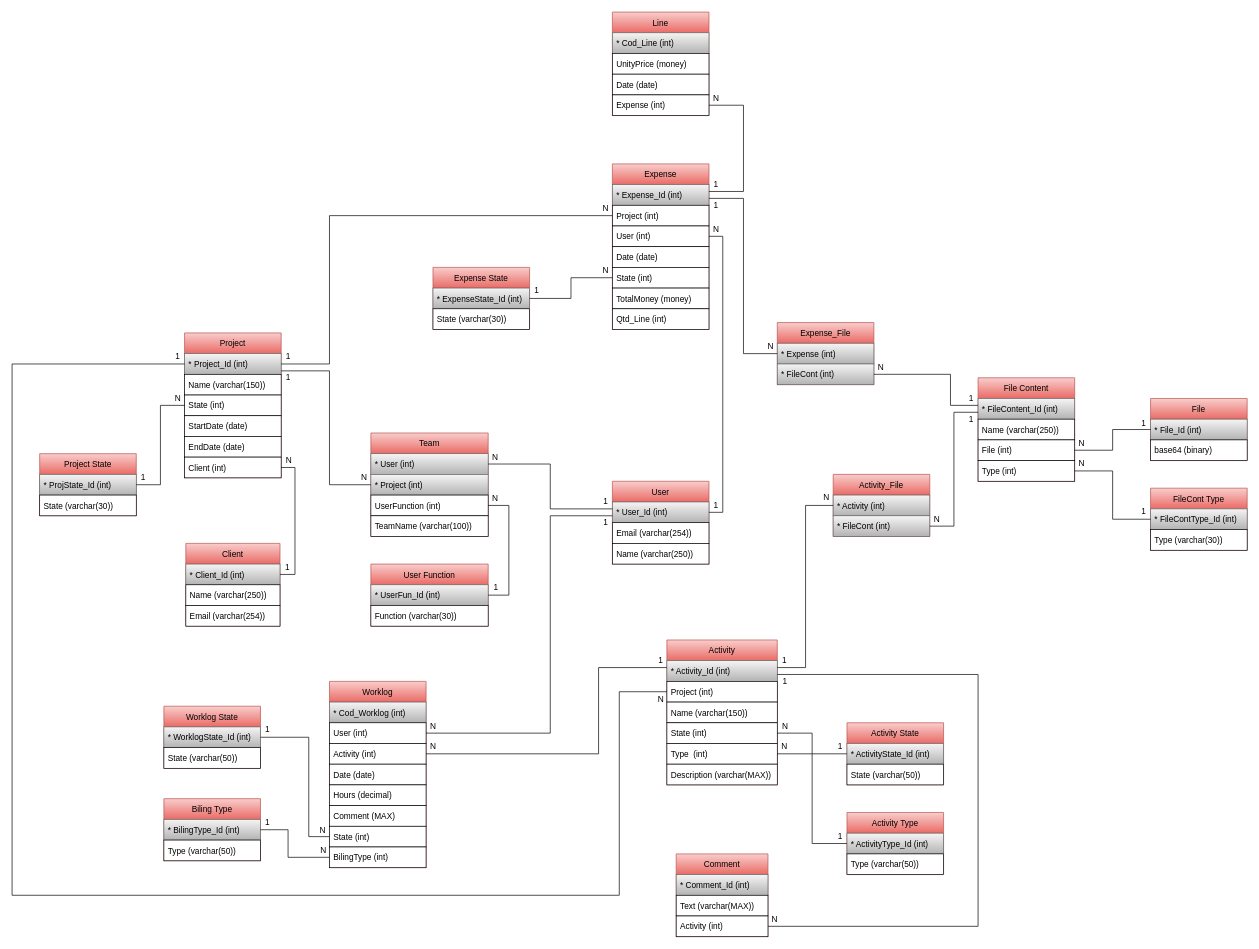
Above: Relatório/Timesheet DB.drawio in rjcasaca/inete2022 (draw.io), before the change. Source tidied: cells renumbered, new cells numbered last; positions are measured from the earlier drawing's top-left corner, leaving out a move shared by most shapes. Both pictures are drawn from the tidied source at 69%, with x=0, y=0 at pixel (12, 12).
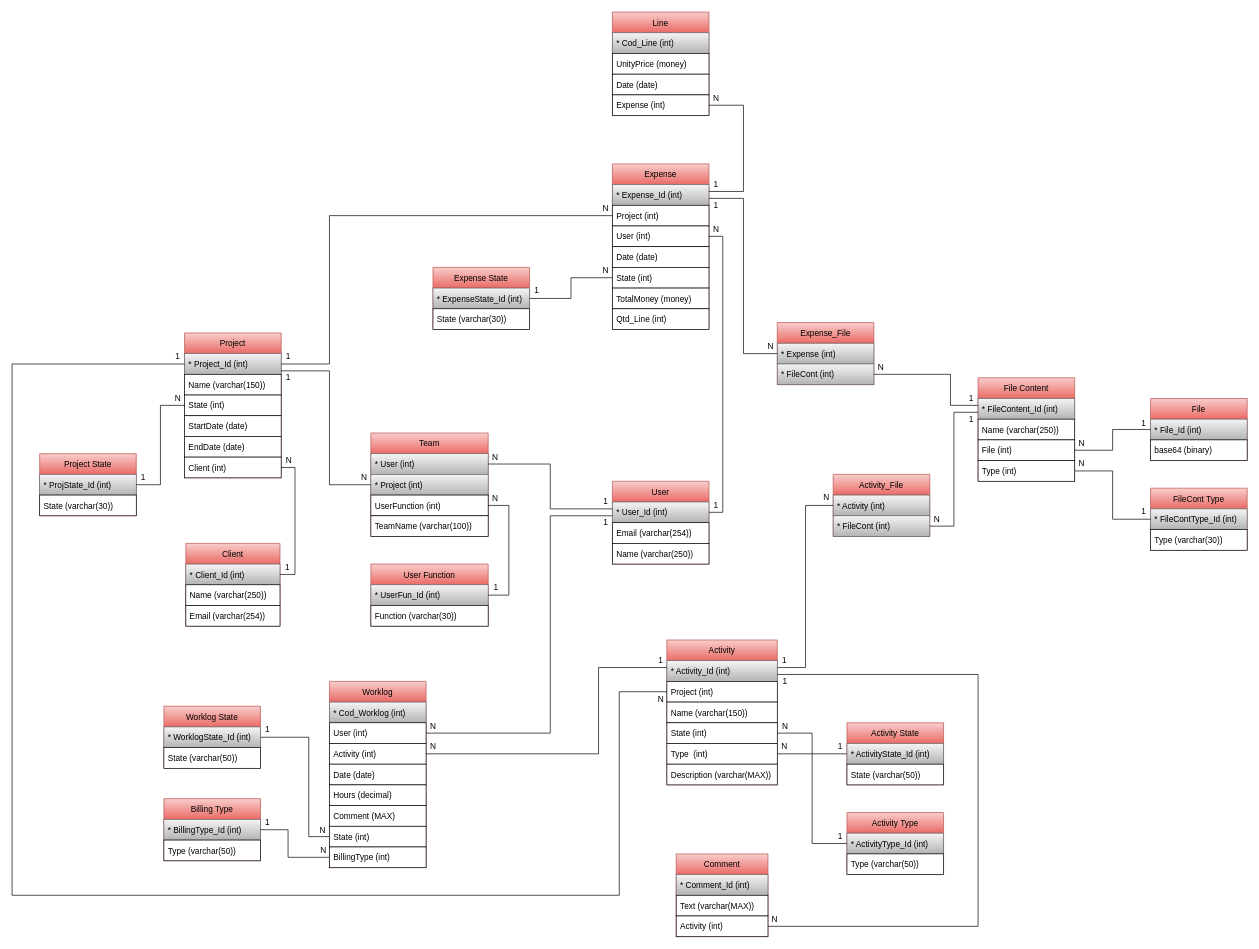
Above is the later version.

The change refers to these unchanged cells:
```xml
<mxCell id="68" value="Worklog" style="swimlane;fontStyle=0;horizontal=1;startSize=30;fillColor=#f8cecc;strokeColor=#b85450;gradientColor=#ea6b66;swimlaneFillColor=none;" parent="1" vertex="1">
  <mxGeometry x="460" y="970" width="140" height="270" as="geometry" />
</mxCell>
```

Diff of the diagram source:
```diff
@@
-    <mxCell id="76" value="BilingType (int)" style="text;strokeColor=default;fillColor=default;align=left;verticalAlign=middle;spacingLeft=4;spacingRight=4;overflow=hidden;points=[[0,0.5],[1,0.5]];portConstraint=eastwest;" parent="68" vertex="1">
+    <mxCell id="76" value="BillingType (int)" style="text;strokeColor=default;fillColor=default;align=left;verticalAlign=middle;spacingLeft=4;spacingRight=4;overflow=hidden;points=[[0,0.5],[1,0.5]];portConstraint=eastwest;" parent="68" vertex="1">
       <mxGeometry y="240" width="140" height="30" as="geometry" />
     </mxCell>
@@
-    <mxCell id="147" value="Biling Type" style="swimlane;fontStyle=0;horizontal=1;startSize=30;fillColor=#f8cecc;gradientColor=#ea6b66;strokeColor=#b85450;" parent="1" vertex="1">
+    <mxCell id="147" value="Billing Type" style="swimlane;fontStyle=0;horizontal=1;startSize=30;fillColor=#f8cecc;gradientColor=#ea6b66;strokeColor=#b85450;" parent="1" vertex="1">
       <mxGeometry x="220" y="1140" width="140" height="90" as="geometry" />
     </mxCell>
-    <mxCell id="148" value="* BilingType_Id (int)" style="text;strokeColor=#666666;fillColor=#f5f5f5;align=left;verticalAlign=middle;spacingLeft=4;spacingRight=4;overflow=hidden;points=[[0,0.5],[1,0.5]];portConstraint=eastwest;gradientColor=#b3b3b3;" parent="147" vertex="1">
+    <mxCell id="148" value="* BillingType_Id (int)" style="text;strokeColor=#666666;fillColor=#f5f5f5;align=left;verticalAlign=middle;spacingLeft=4;spacingRight=4;overflow=hidden;points=[[0,0.5],[1,0.5]];portConstraint=eastwest;gradientColor=#b3b3b3;" parent="147" vertex="1">
       <mxGeometry y="30" width="140" height="30" as="geometry" />
     </mxCell>
```
